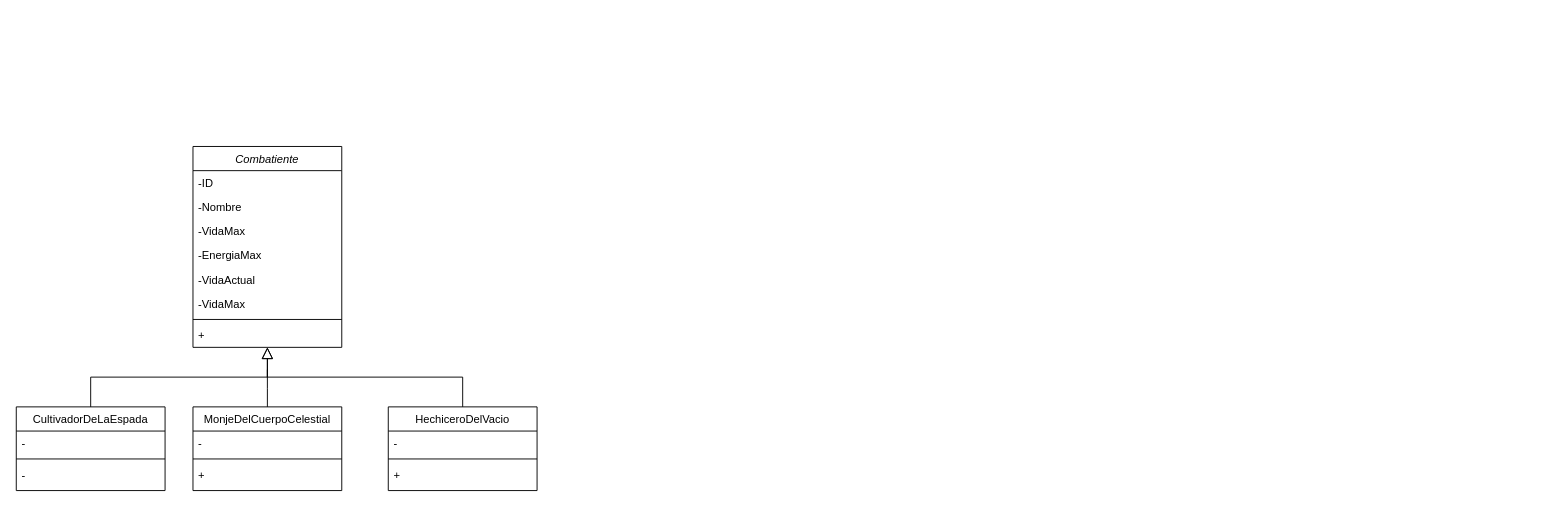
Earlier version of the draw.io diagram docs/ParadigmasTP.drawio (Fercho612/Paradigmas-DosSantosSupremos). Source tidied: cells renumbered, new cells numbered last; positions are measured from the earlier drawing's top-left corner, leaving out a move shared by most shapes. Both pictures are drawn from the tidied source at 93%, with x=0, y=0 at pixel (16, 146).
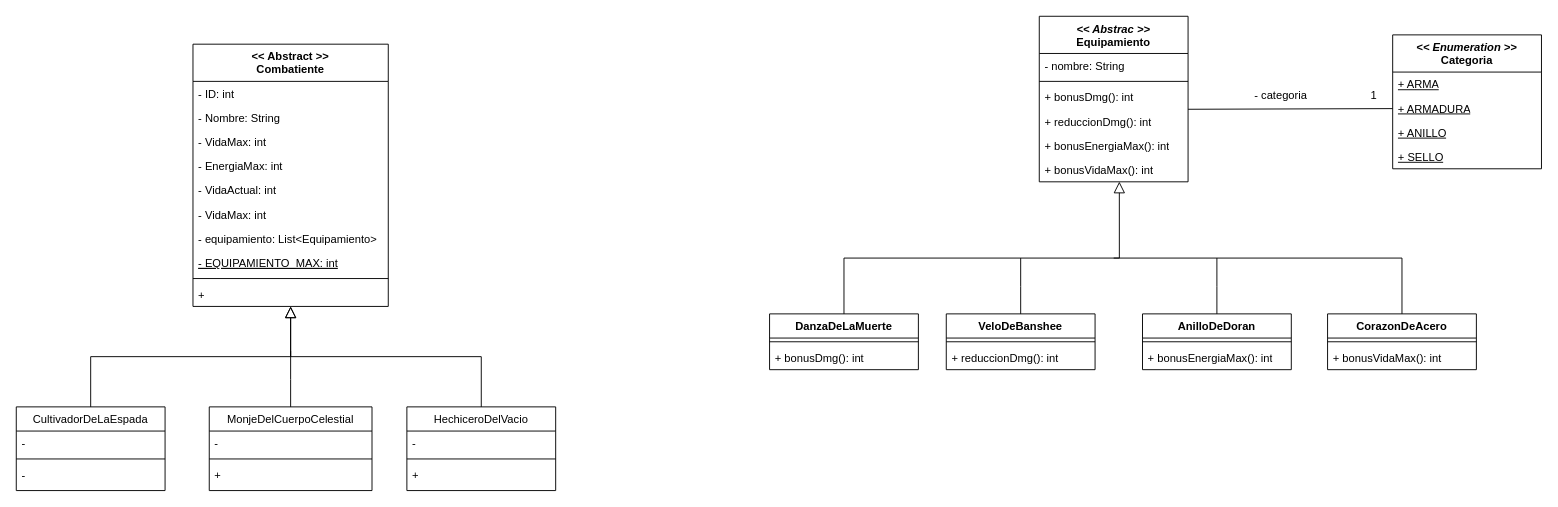
The same page after the edit.

Change to the diagram source:
```diff
@@
-    <mxCell id="2" value="Combatiente" style="swimlane;fontStyle=2;align=center;verticalAlign=top;horizontal=1;startSize=26;rounded=0;shadow=0;strokeWidth=1;" parent="1" vertex="1">
-      <mxGeometry x="190" width="160" height="216" as="geometry" />
+    <mxCell id="2" value="&lt;&lt; Abstract &gt;&gt;&#10;Combatiente" style="swimlane;fontStyle=1;align=center;verticalAlign=top;horizontal=1;startSize=40;rounded=0;shadow=0;strokeWidth=1;" parent="1" vertex="1">
+      <mxGeometry x="190" y="-110" width="210" height="282" as="geometry" />
     </mxCell>
-    <mxCell id="3" value="-ID" style="text;align=left;verticalAlign=top;spacingLeft=4;spacingRight=4;overflow=hidden;" parent="2" vertex="1">
-      <mxGeometry y="26" width="160" height="26" as="geometry" />
+    <mxCell id="3" value="- ID: int" style="text;align=left;verticalAlign=top;spacingLeft=4;spacingRight=4;overflow=hidden;" parent="2" vertex="1">
+      <mxGeometry y="40" width="210" height="26" as="geometry" />
     </mxCell>
-    <mxCell id="4" value="-Nombre" style="text;align=left;verticalAlign=top;spacingLeft=4;spacingRight=4;overflow=hidden;rounded=0;shadow=0;html=0;" parent="2" vertex="1">
-      <mxGeometry y="52" width="160" height="26" as="geometry" />
+    <mxCell id="4" value="- Nombre: String" style="text;align=left;verticalAlign=top;spacingLeft=4;spacingRight=4;overflow=hidden;rounded=0;shadow=0;html=0;" parent="2" vertex="1">
+      <mxGeometry y="66" width="210" height="26" as="geometry" />
     </mxCell>
-    <mxCell id="5" value="-VidaMax" style="text;align=left;verticalAlign=top;spacingLeft=4;spacingRight=4;overflow=hidden;rounded=0;shadow=0;html=0;" parent="2" vertex="1">
-      <mxGeometry y="78" width="160" height="26" as="geometry" />
+    <mxCell id="5" value="- VidaMax: int" style="text;align=left;verticalAlign=top;spacingLeft=4;spacingRight=4;overflow=hidden;rounded=0;shadow=0;html=0;" parent="2" vertex="1">
+      <mxGeometry y="92" width="210" height="26" as="geometry" />
     </mxCell>
-    <mxCell id="6" value="-EnergiaMax" style="text;align=left;verticalAlign=top;spacingLeft=4;spacingRight=4;overflow=hidden;rounded=0;shadow=0;html=0;" parent="2" vertex="1">
-      <mxGeometry y="104" width="160" height="26" as="geometry" />
+    <mxCell id="6" value="- EnergiaMax: int" style="text;align=left;verticalAlign=top;spacingLeft=4;spacingRight=4;overflow=hidden;rounded=0;shadow=0;html=0;" parent="2" vertex="1">
+      <mxGeometry y="118" width="210" height="26" as="geometry" />
     </mxCell>
-    <mxCell id="7" value="-VidaActual" style="text;align=left;verticalAlign=top;spacingLeft=4;spacingRight=4;overflow=hidden;rounded=0;shadow=0;html=0;" parent="2" vertex="1">
-      <mxGeometry y="130" width="160" height="26" as="geometry" />
+    <mxCell id="7" value="- VidaActual: int" style="text;align=left;verticalAlign=top;spacingLeft=4;spacingRight=4;overflow=hidden;rounded=0;shadow=0;html=0;" parent="2" vertex="1">
+      <mxGeometry y="144" width="210" height="26" as="geometry" />
     </mxCell>
-    <mxCell id="8" value="-VidaMax" style="text;align=left;verticalAlign=top;spacingLeft=4;spacingRight=4;overflow=hidden;rounded=0;shadow=0;html=0;" parent="2" vertex="1">
-      <mxGeometry y="156" width="160" height="26" as="geometry" />
+    <mxCell id="8" value="- VidaMax: int" style="text;align=left;verticalAlign=top;spacingLeft=4;spacingRight=4;overflow=hidden;rounded=0;shadow=0;html=0;" parent="2" vertex="1">
+      <mxGeometry y="170" width="210" height="26" as="geometry" />
     </mxCell>
+    <mxCell id="26" value="- equipamiento: List&lt;Equipamiento&gt;" style="text;align=left;verticalAlign=top;spacingLeft=4;spacingRight=4;overflow=hidden;rounded=0;shadow=0;html=0;" parent="2" vertex="1">
+      <mxGeometry y="196" width="210" height="26" as="geometry" />
+    </mxCell>
+    <mxCell id="27" value="- EQUIPAMIENTO_MAX: int" style="text;align=left;verticalAlign=top;spacingLeft=4;spacingRight=4;overflow=hidden;rounded=0;shadow=0;html=0;fontStyle=4;" parent="2" vertex="1">
+      <mxGeometry y="222" width="210" height="26" as="geometry" />
+    </mxCell>
     <mxCell id="9" style="line;html=1;strokeWidth=1;align=left;verticalAlign=middle;spacingTop=-1;spacingLeft=3;spacingRight=3;labelPosition=right;" parent="2" vertex="1">
-      <mxGeometry y="182" width="160" height="8" as="geometry" />
+      <mxGeometry y="248" width="210" height="8" as="geometry" />
     </mxCell>
     <mxCell id="10" value="+" style="text;align=left;verticalAlign=top;spacingLeft=4;spacingRight=4;overflow=hidden;" parent="2" vertex="1">
-      <mxGeometry y="190" width="160" height="26" as="geometry" />
+      <mxGeometry y="256" width="210" height="26" as="geometry" />
     </mxCell>
@@
     <mxCell id="16" value="HechiceroDelVacio" style="swimlane;fontStyle=0;align=center;verticalAlign=top;horizontal=1;startSize=26;rounded=0;shadow=0;strokeWidth=1;" parent="1" vertex="1">
-      <mxGeometry x="400" y="280" width="160" height="90" as="geometry" />
+      <mxGeometry x="420" y="280" width="160" height="90" as="geometry" />
     </mxCell>
@@
-    <mxCell id="21" style="edgeStyle=orthogonalEdgeStyle;rounded=0;jettySize=auto;html=1;defaultLabelBackgroundColor=page;endArrow=none;endFill=0;" parent="1" edge="1" source="22">
-      <mxGeometry relative="1" as="geometry">
-        <mxPoint x="270" y="240" as="targetPoint" />
-      </mxGeometry>
-    </mxCell>
+    <mxCell id="28" style="edgeStyle=orthogonalEdgeStyle;rounded=0;jettySize=auto;html=1;defaultLabelBackgroundColor=page;labelPadding=0 4;endArrow=none;endFill=0;" parent="1" edge="1" source="22">
+      <mxGeometry relative="1" as="geometry">
+        <mxPoint x="295" y="220" as="targetPoint" />
+      </mxGeometry>
+    </mxCell>
     <mxCell id="22" value="MonjeDelCuerpoCelestial" style="swimlane;fontStyle=0;align=center;verticalAlign=top;horizontal=1;startSize=26;rounded=0;shadow=0;strokeWidth=1;" parent="1" vertex="1">
-      <mxGeometry x="190" y="280" width="160" height="90" as="geometry" />
+      <mxGeometry x="207.5" y="280" width="175" height="90" as="geometry" />
     </mxCell>
     <mxCell id="23" value="-" style="text;align=left;verticalAlign=top;spacingLeft=4;spacingRight=4;overflow=hidden;" parent="22" vertex="1">
-      <mxGeometry y="26" width="160" height="26" as="geometry" />
+      <mxGeometry y="26" width="175" height="26" as="geometry" />
     </mxCell>
     <mxCell id="24" style="line;html=1;strokeWidth=1;align=left;verticalAlign=middle;spacingTop=-1;spacingLeft=3;spacingRight=3;labelPosition=right;" parent="22" vertex="1">
-      <mxGeometry y="52" width="160" height="8" as="geometry" />
+      <mxGeometry y="52" width="175" height="8" as="geometry" />
     </mxCell>
     <mxCell id="25" value="+" style="text;align=left;verticalAlign=top;spacingLeft=4;spacingRight=4;overflow=hidden;fontStyle=0;" parent="22" vertex="1">
-      <mxGeometry y="60" width="160" height="26" as="geometry" />
+      <mxGeometry y="60" width="175" height="26" as="geometry" />
     </mxCell>
+    <mxCell id="29" value="&lt;i&gt;&amp;lt;&amp;lt; Abstrac &amp;gt;&amp;gt;&lt;br&gt;&lt;/i&gt;Equipamiento" style="swimlane;fontStyle=1;align=center;verticalAlign=top;horizontal=1;startSize=40;whiteSpace=wrap;html=1;" parent="1" vertex="1">
+      <mxGeometry x="1100" y="-140" width="160" height="178" as="geometry" />
+    </mxCell>
+    <mxCell id="30" value="- nombre: String" style="text;strokeColor=none;fillColor=none;align=left;verticalAlign=top;spacingLeft=4;spacingRight=4;overflow=hidden;whiteSpace=wrap;html=1;" parent="29" vertex="1">
+      <mxGeometry y="40" width="160" height="26" as="geometry" />
+    </mxCell>
+    <mxCell id="31" style="line;strokeWidth=1;fillColor=none;align=left;verticalAlign=middle;spacingTop=-1;spacingLeft=3;spacingRight=3;labelPosition=right;strokeColor=inherit;labelPerimeter=1;" parent="29" vertex="1">
+      <mxGeometry y="66" width="160" height="8" as="geometry" />
+    </mxCell>
+    <mxCell id="32" value="+ bonusDmg(): int" style="text;strokeColor=none;fillColor=none;align=left;verticalAlign=top;spacingLeft=4;spacingRight=4;overflow=hidden;whiteSpace=wrap;html=1;" parent="29" vertex="1">
+      <mxGeometry y="74" width="160" height="26" as="geometry" />
+    </mxCell>
+    <mxCell id="33" value="+ reduccionDmg(): int" style="text;strokeColor=none;fillColor=none;align=left;verticalAlign=top;spacingLeft=4;spacingRight=4;overflow=hidden;points=[[0,0.5],[1,0.5]];portConstraint=eastwest;whiteSpace=wrap;html=1;" parent="29" vertex="1">
+      <mxGeometry y="100" width="160" height="26" as="geometry" />
+    </mxCell>
+    <mxCell id="34" value="+ bonusEnergiaMax(): int" style="text;strokeColor=none;fillColor=none;align=left;verticalAlign=top;spacingLeft=4;spacingRight=4;overflow=hidden;whiteSpace=wrap;html=1;" parent="29" vertex="1">
+      <mxGeometry y="126" width="160" height="26" as="geometry" />
+    </mxCell>
+    <mxCell id="35" value="+ bonusVidaMax(): int" style="text;strokeColor=none;fillColor=none;align=left;verticalAlign=top;spacingLeft=4;spacingRight=4;overflow=hidden;points=[[0,0.5],[1,0.5]];portConstraint=eastwest;whiteSpace=wrap;html=1;" parent="29" vertex="1">
+      <mxGeometry y="152" width="160" height="26" as="geometry" />
+    </mxCell>
+    <mxCell id="36" value="&lt;i&gt;&amp;lt;&amp;lt; Enumeration &amp;gt;&amp;gt;&lt;br&gt;&lt;/i&gt;Categoria" style="swimlane;fontStyle=1;align=center;verticalAlign=top;horizontal=1;startSize=40;whiteSpace=wrap;html=1;" parent="1" vertex="1">
+      <mxGeometry x="1480" y="-120" width="160" height="144" as="geometry" />
+    </mxCell>
+    <mxCell id="37" value="&lt;u&gt;+ ARMA&lt;/u&gt;&lt;div&gt;&lt;br&gt;&lt;/div&gt;" style="text;strokeColor=none;fillColor=none;align=left;verticalAlign=top;spacingLeft=4;spacingRight=4;overflow=hidden;whiteSpace=wrap;html=1;" parent="36" vertex="1">
+      <mxGeometry y="40" width="160" height="26" as="geometry" />
+    </mxCell>
+    <mxCell id="38" value="&lt;u&gt;+ ARMADURA&lt;/u&gt;&lt;div&gt;&lt;br&gt;&lt;/div&gt;" style="text;strokeColor=none;fillColor=none;align=left;verticalAlign=top;spacingLeft=4;spacingRight=4;overflow=hidden;points=[[0,0.5],[1,0.5]];portConstraint=eastwest;whiteSpace=wrap;html=1;" parent="36" vertex="1">
+      <mxGeometry y="66" width="160" height="26" as="geometry" />
+    </mxCell>
+    <mxCell id="39" value="&lt;u&gt;+ ANILLO&lt;/u&gt;&lt;div&gt;&lt;br&gt;&lt;/div&gt;" style="text;strokeColor=none;fillColor=none;align=left;verticalAlign=top;spacingLeft=4;spacingRight=4;overflow=hidden;whiteSpace=wrap;html=1;" parent="36" vertex="1">
+      <mxGeometry y="92" width="160" height="26" as="geometry" />
+    </mxCell>
+    <mxCell id="40" value="&lt;u&gt;+ SELLO&lt;/u&gt;&lt;div&gt;&lt;br&gt;&lt;/div&gt;" style="text;strokeColor=none;fillColor=none;align=left;verticalAlign=top;spacingLeft=4;spacingRight=4;overflow=hidden;whiteSpace=wrap;html=1;" parent="36" vertex="1">
+      <mxGeometry y="118" width="160" height="26" as="geometry" />
+    </mxCell>
+    <mxCell id="41" style="edgeStyle=orthogonalEdgeStyle;rounded=0;jettySize=auto;html=1;defaultLabelBackgroundColor=page;labelPadding=0 4;entryX=0.538;entryY=0.991;entryDx=0;entryDy=0;entryPerimeter=0;endArrow=block;endFill=0;strokeWidth=1;endSize=10;" parent="1" edge="1" source="42" target="35">
+      <mxGeometry relative="1" as="geometry">
+        <Array as="points">
+          <mxPoint x="890" y="120" />
+          <mxPoint x="1186.1" y="120" />
+        </Array>
+      </mxGeometry>
+    </mxCell>
+    <mxCell id="42" value="DanzaDeLaMuerte" style="swimlane;fontStyle=1;align=center;verticalAlign=top;horizontal=1;startSize=26;whiteSpace=wrap;html=1;" parent="1" vertex="1">
+      <mxGeometry x="810" y="180" width="160" height="60" as="geometry" />
+    </mxCell>
+    <mxCell id="43" style="line;strokeWidth=1;fillColor=none;align=left;verticalAlign=middle;spacingTop=-1;spacingLeft=3;spacingRight=3;labelPosition=right;strokeColor=inherit;labelPerimeter=1;" parent="42" vertex="1">
+      <mxGeometry y="26" width="160" height="8" as="geometry" />
+    </mxCell>
+    <mxCell id="44" value="+ bonusDmg(): int" style="text;strokeColor=none;fillColor=none;align=left;verticalAlign=top;spacingLeft=4;spacingRight=4;overflow=hidden;whiteSpace=wrap;html=1;" parent="42" vertex="1">
+      <mxGeometry y="34" width="160" height="26" as="geometry" />
+    </mxCell>
+    <mxCell id="45" style="edgeStyle=orthogonalEdgeStyle;rounded=0;jettySize=auto;html=1;defaultLabelBackgroundColor=page;labelPadding=0 4;endArrow=none;endFill=0;" parent="1" edge="1" source="46">
+      <mxGeometry relative="1" as="geometry">
+        <mxPoint x="1080" y="120" as="targetPoint" />
+      </mxGeometry>
+    </mxCell>
+    <mxCell id="46" value="VeloDeBanshee" style="swimlane;fontStyle=1;align=center;verticalAlign=top;horizontal=1;startSize=26;whiteSpace=wrap;html=1;" parent="1" vertex="1">
+      <mxGeometry x="1000" y="180" width="160" height="60" as="geometry" />
+    </mxCell>
+    <mxCell id="47" style="line;strokeWidth=1;fillColor=none;align=left;verticalAlign=middle;spacingTop=-1;spacingLeft=3;spacingRight=3;labelPosition=right;strokeColor=inherit;labelPerimeter=1;" parent="46" vertex="1">
+      <mxGeometry y="26" width="160" height="8" as="geometry" />
+    </mxCell>
+    <mxCell id="48" value="+ reduccionDmg(): int" style="text;strokeColor=none;fillColor=none;align=left;verticalAlign=top;spacingLeft=4;spacingRight=4;overflow=hidden;whiteSpace=wrap;html=1;" parent="46" vertex="1">
+      <mxGeometry y="34" width="160" height="26" as="geometry" />
+    </mxCell>
+    <mxCell id="49" style="edgeStyle=orthogonalEdgeStyle;rounded=0;jettySize=auto;html=1;defaultLabelBackgroundColor=page;labelPadding=0 4;endArrow=none;endFill=0;" parent="1" edge="1" source="50">
+      <mxGeometry relative="1" as="geometry">
+        <mxPoint x="1291" y="120" as="targetPoint" />
+      </mxGeometry>
+    </mxCell>
+    <mxCell id="50" value="AnilloDeDoran" style="swimlane;fontStyle=1;align=center;verticalAlign=top;horizontal=1;startSize=26;whiteSpace=wrap;html=1;" parent="1" vertex="1">
+      <mxGeometry x="1211" y="180" width="160" height="60" as="geometry" />
+    </mxCell>
+    <mxCell id="51" style="line;strokeWidth=1;fillColor=none;align=left;verticalAlign=middle;spacingTop=-1;spacingLeft=3;spacingRight=3;labelPosition=right;strokeColor=inherit;labelPerimeter=1;" parent="50" vertex="1">
+      <mxGeometry y="26" width="160" height="8" as="geometry" />
+    </mxCell>
+    <mxCell id="52" value="+ bonusEnergiaMax(): int" style="text;strokeColor=none;fillColor=none;align=left;verticalAlign=top;spacingLeft=4;spacingRight=4;overflow=hidden;whiteSpace=wrap;html=1;" parent="50" vertex="1">
+      <mxGeometry y="34" width="160" height="26" as="geometry" />
+    </mxCell>
+    <mxCell id="53" style="edgeStyle=orthogonalEdgeStyle;rounded=0;jettySize=auto;html=1;defaultLabelBackgroundColor=page;labelPadding=0 4;endArrow=none;endFill=0;" parent="1" edge="1" source="54">
+      <mxGeometry x="-0.08" relative="1" as="geometry">
+        <mxPoint x="1180" y="120" as="targetPoint" />
+        <Array as="points">
+          <mxPoint x="1490" y="120" />
+        </Array>
+      </mxGeometry>
+    </mxCell>
+    <mxCell id="54" value="CorazonDeAcero" style="swimlane;fontStyle=1;align=center;verticalAlign=top;horizontal=1;startSize=26;whiteSpace=wrap;html=1;" parent="1" vertex="1">
+      <mxGeometry x="1410" y="180" width="160" height="60" as="geometry" />
+    </mxCell>
+    <mxCell id="55" style="line;strokeWidth=1;fillColor=none;align=left;verticalAlign=middle;spacingTop=-1;spacingLeft=3;spacingRight=3;labelPosition=right;strokeColor=inherit;labelPerimeter=1;" parent="54" vertex="1">
+      <mxGeometry y="26" width="160" height="8" as="geometry" />
+    </mxCell>
+    <mxCell id="56" value="+ bonusVidaMax(): int" style="text;strokeColor=none;fillColor=none;align=left;verticalAlign=top;spacingLeft=4;spacingRight=4;overflow=hidden;whiteSpace=wrap;html=1;" parent="54" vertex="1">
+      <mxGeometry y="34" width="160" height="26" as="geometry" />
+    </mxCell>
+    <mxCell id="57" style="rounded=0;jettySize=auto;html=1;entryX=1;entryY=0;entryDx=0;entryDy=0;defaultLabelBackgroundColor=page;labelPadding=0 4;endArrow=none;endFill=0;entryPerimeter=0;" parent="1" edge="1" source="38" target="33">
+      <mxGeometry relative="1" as="geometry" />
+    </mxCell>
+    <mxCell id="58" value="- categoria" style="text;html=1;whiteSpace=wrap;strokeColor=none;fillColor=none;align=center;verticalAlign=middle;rounded=0;" parent="1" vertex="1">
+      <mxGeometry x="1330" y="-70" width="60" height="30" as="geometry" />
+    </mxCell>
+    <mxCell id="59" value="1" style="text;html=1;whiteSpace=wrap;strokeColor=none;fillColor=none;align=center;verticalAlign=middle;rounded=0;" parent="1" vertex="1">
+      <mxGeometry x="1430" y="-70" width="60" height="30" as="geometry" />
+    </mxCell>
```
